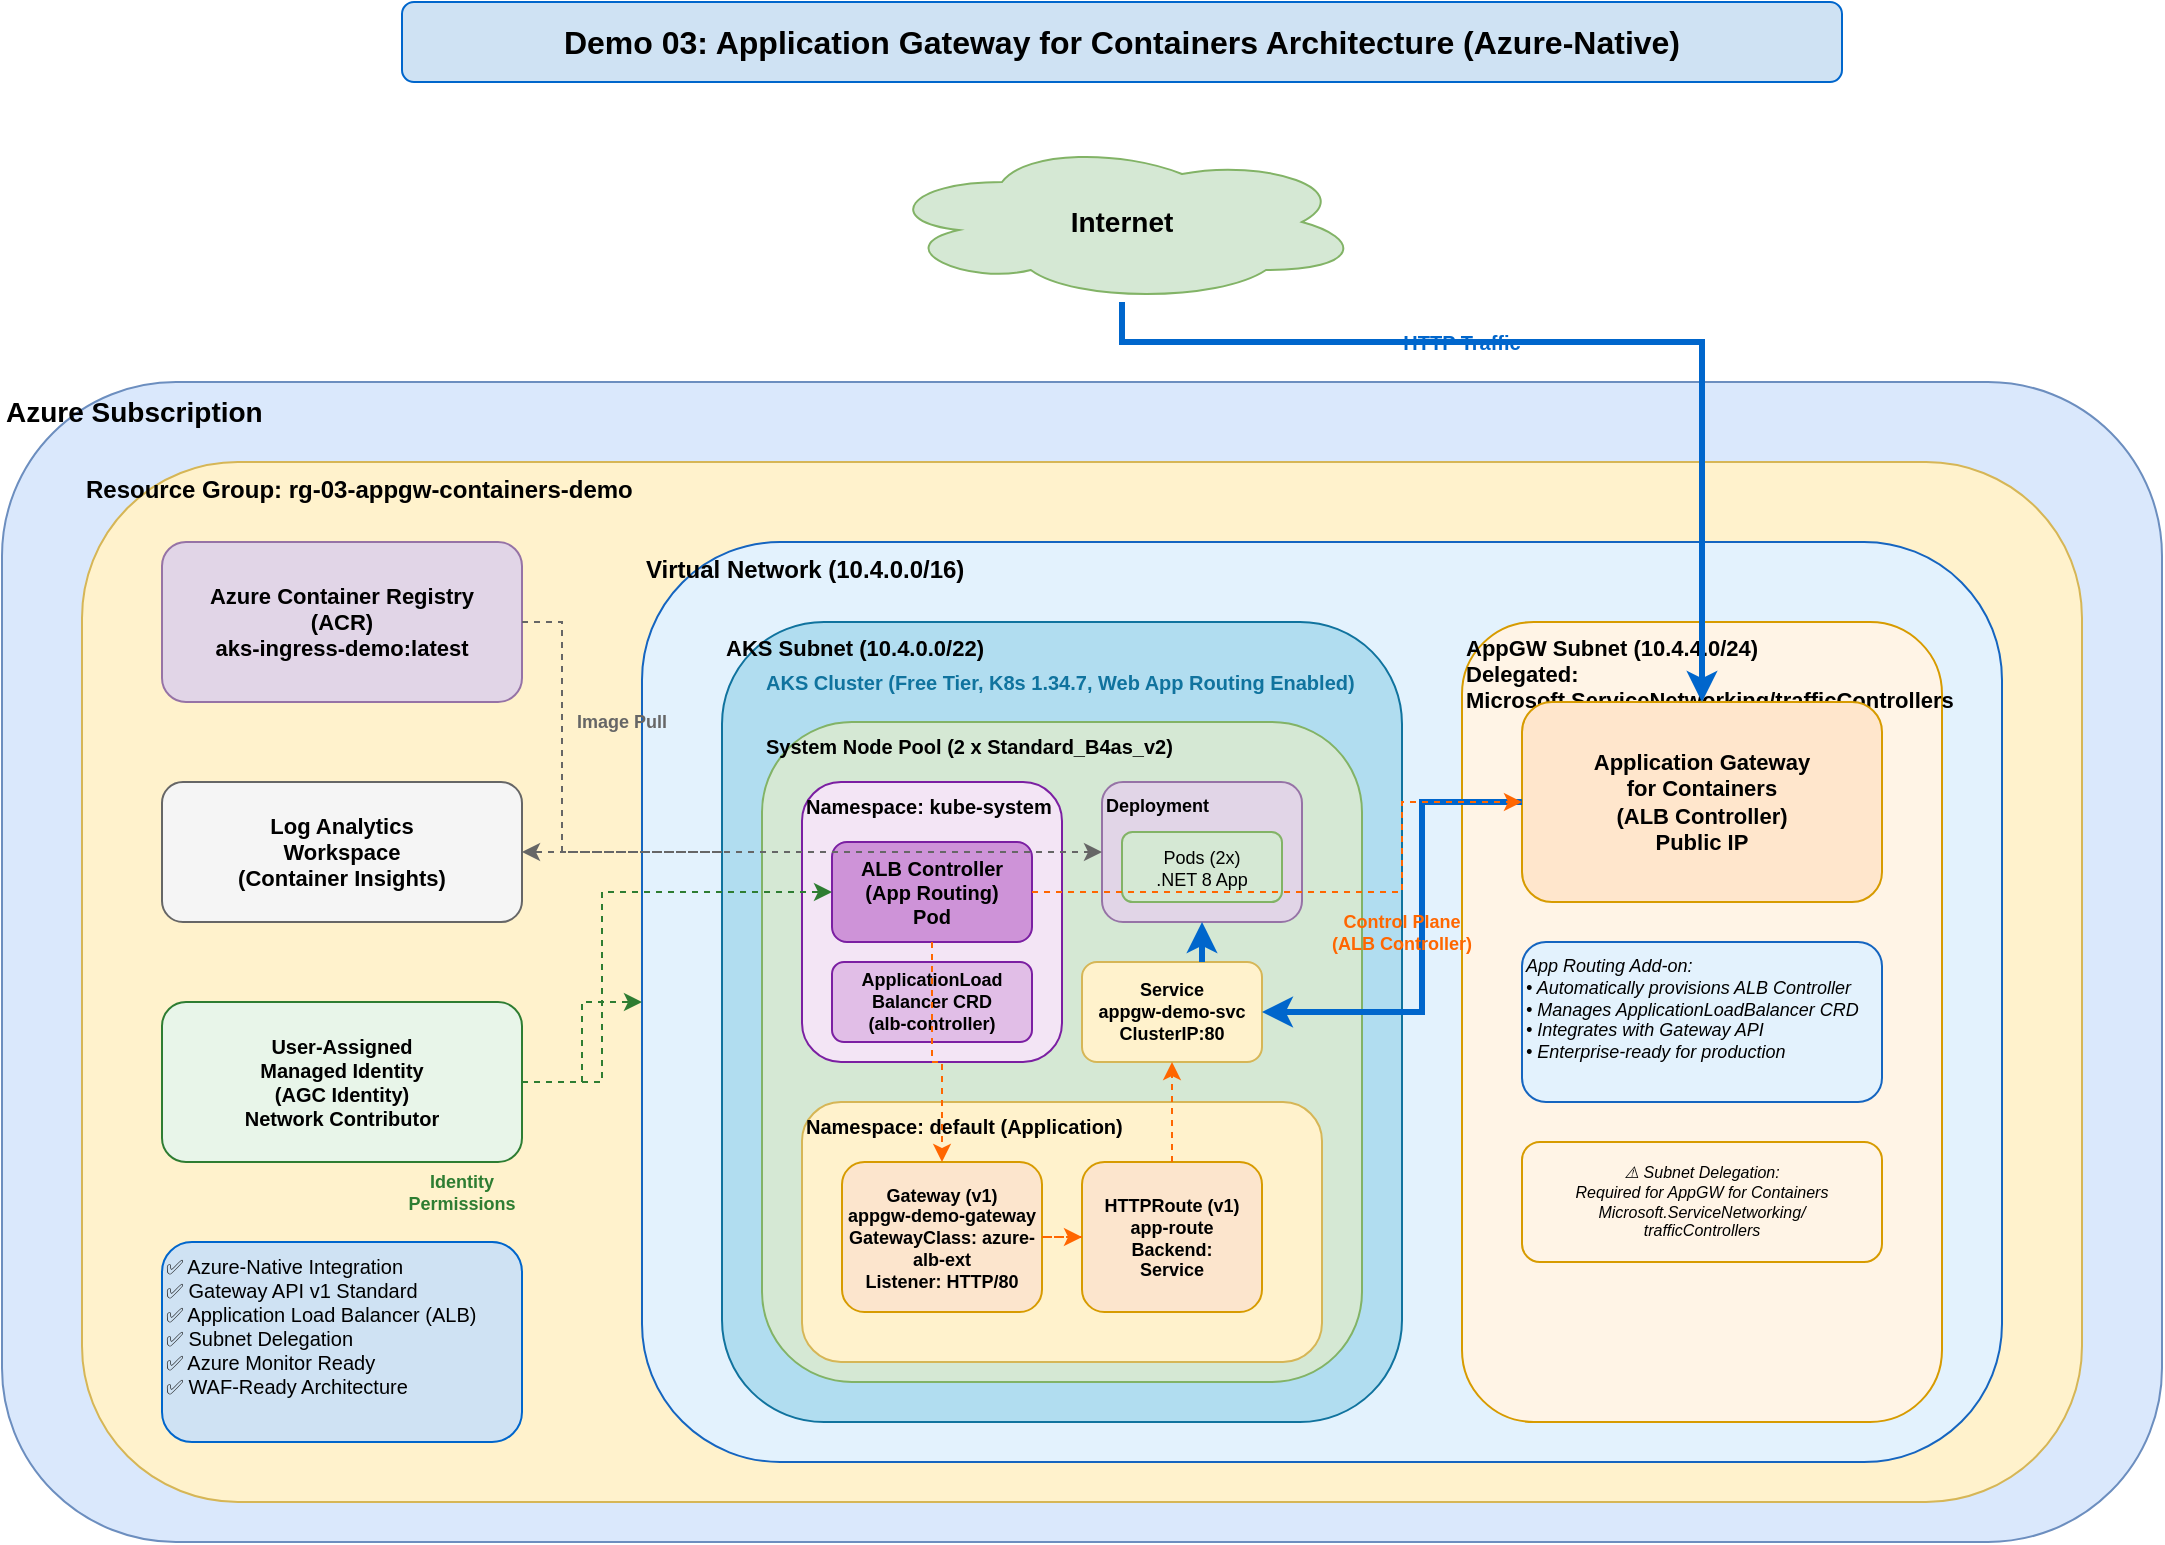
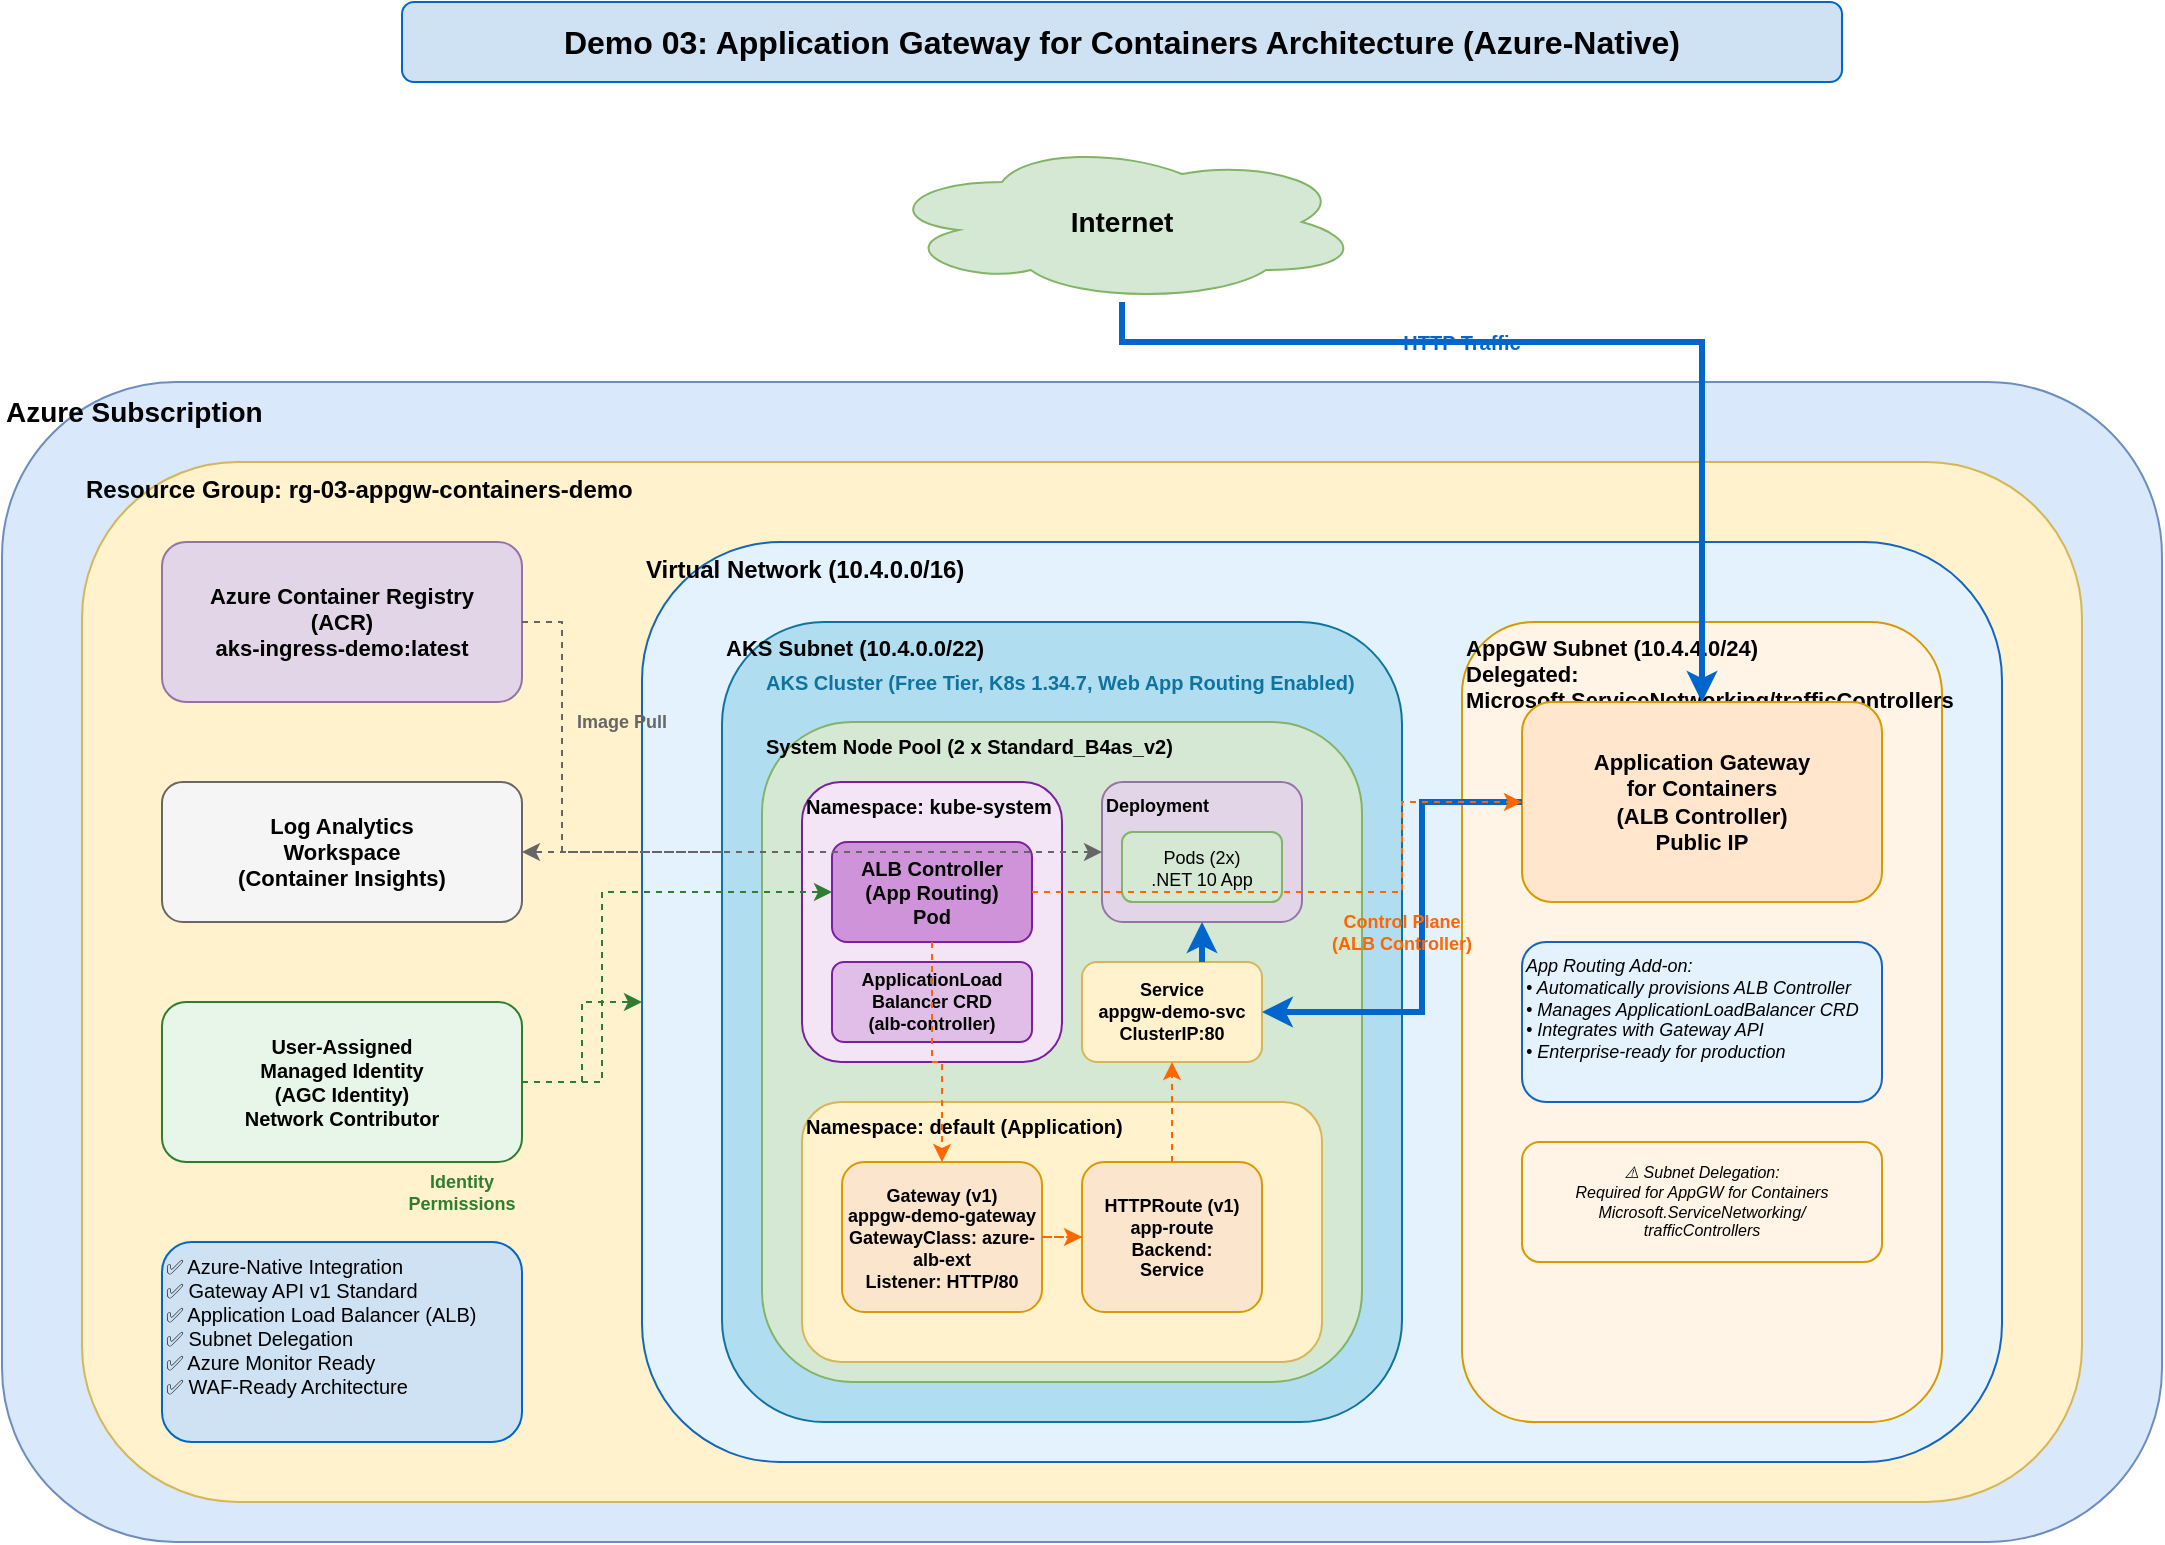
<mxfile host="app.diagrams.net" modified="2026-05-21T12:17:00.000Z" agent="draw.io" version="24.0.0">
  <diagram name="Application Gateway for Containers Architecture" id="appgw-containers-arch">
    <mxGraphModel dx="1422" dy="794" grid="1" gridSize="10" guides="1" tooltips="1" connect="1" arrows="1" fold="1" page="1" pageScale="1" pageWidth="1169" pageHeight="827" math="0" shadow="0">
      <root>
        <mxCell id="0" />
        <mxCell id="1" parent="0" />

        <!-- Title -->
        <mxCell id="title" value="Demo 03: Application Gateway for Containers Architecture (Azure-Native)" style="text;html=1;strokeColor=#0066cc;fillColor=#cfe2f3;align=center;verticalAlign=middle;whiteSpace=wrap;rounded=1;fontStyle=1;fontSize=16;" vertex="1" parent="1">
          <mxGeometry x="240" y="30" width="720" height="40" as="geometry" />
        </mxCell>

        <!-- Internet Cloud -->
        <mxCell id="internet" value="Internet" style="ellipse;shape=cloud;whiteSpace=wrap;html=1;fillColor=#d5e8d4;strokeColor=#82b366;fontSize=14;fontStyle=1" vertex="1" parent="1">
          <mxGeometry x="480" y="100" width="240" height="80" as="geometry" />
        </mxCell>

        <!-- Azure Subscription Box -->
        <mxCell id="azure-sub" value="Azure Subscription" style="rounded=1;whiteSpace=wrap;html=1;fillColor=#dae8fc;strokeColor=#6c8ebf;verticalAlign=top;fontStyle=1;fontSize=14;align=left;" vertex="1" parent="1">
          <mxGeometry x="40" y="220" width="1080" height="580" as="geometry" />
        </mxCell>

        <!-- Resource Group -->
        <mxCell id="rg" value="Resource Group: rg-03-appgw-containers-demo" style="rounded=1;whiteSpace=wrap;html=1;fillColor=#fff2cc;strokeColor=#d6b656;verticalAlign=top;fontStyle=1;fontSize=12;align=left;" vertex="1" parent="1">
          <mxGeometry x="80" y="260" width="1000" height="520" as="geometry" />
        </mxCell>

        <!-- Virtual Network -->
        <mxCell id="vnet" value="Virtual Network (10.4.0.0/16)" style="rounded=1;whiteSpace=wrap;html=1;fillColor=#e3f2fd;strokeColor=#1565c0;verticalAlign=top;fontStyle=1;fontSize=12;align=left;" vertex="1" parent="1">
          <mxGeometry x="360" y="300" width="680" height="460" as="geometry" />
        </mxCell>

        <!-- AKS Subnet -->
        <mxCell id="aks-subnet" value="AKS Subnet (10.4.0.0/22)" style="rounded=1;whiteSpace=wrap;html=1;fillColor=#b1ddf0;strokeColor=#10739e;verticalAlign=top;fontStyle=1;fontSize=11;align=left;" vertex="1" parent="1">
          <mxGeometry x="400" y="340" width="340" height="400" as="geometry" />
        </mxCell>

        <!-- AppGW Subnet -->
        <mxCell id="appgw-subnet" value="AppGW Subnet (10.4.4.0/24)&#xa;Delegated: Microsoft.ServiceNetworking/trafficControllers" style="rounded=1;whiteSpace=wrap;html=1;fillColor=#fff4e6;strokeColor=#d79b00;verticalAlign=top;fontStyle=1;fontSize=11;align=left;" vertex="1" parent="1">
          <mxGeometry x="770" y="340" width="240" height="400" as="geometry" />
        </mxCell>

        <!-- Azure Container Registry -->
        <mxCell id="acr" value="Azure Container Registry&#xa;(ACR)&#xa;aks-ingress-demo:latest" style="rounded=1;whiteSpace=wrap;html=1;fillColor=#e1d5e7;strokeColor=#9673a6;fontSize=11;fontStyle=1" vertex="1" parent="1">
          <mxGeometry x="120" y="300" width="180" height="80" as="geometry" />
        </mxCell>

        <!-- Application Gateway for Containers -->
        <mxCell id="appgw" value="Application Gateway&#xa;for Containers&#xa;(ALB Controller)&#xa;Public IP" style="rounded=1;whiteSpace=wrap;html=1;fillColor=#ffe6cc;strokeColor=#d79b00;fontSize=11;fontStyle=1" vertex="1" parent="1">
          <mxGeometry x="800" y="380" width="180" height="100" as="geometry" />
        </mxCell>

        <!-- AKS Cluster -->
        <mxCell id="aks-label" value="AKS Cluster (Free Tier, K8s 1.34.7, Web App Routing Enabled)" style="text;html=1;strokeColor=none;fillColor=none;align=left;verticalAlign=middle;whiteSpace=wrap;fontSize=10;fontStyle=1;fontColor=#10739e" vertex="1" parent="1">
          <mxGeometry x="420" y="360" width="300" height="20" as="geometry" />
        </mxCell>

        <!-- System Node Pool -->
        <mxCell id="nodepool" value="System Node Pool (2 x Standard_B4as_v2)" style="rounded=1;whiteSpace=wrap;html=1;fillColor=#d5e8d4;strokeColor=#82b366;verticalAlign=top;fontStyle=1;fontSize=10;align=left;" vertex="1" parent="1">
          <mxGeometry x="420" y="390" width="300" height="330" as="geometry" />
        </mxCell>

        <!-- Namespace: kube-system -->
        <mxCell id="kube-system" value="Namespace: kube-system" style="rounded=1;whiteSpace=wrap;html=1;fillColor=#f3e5f5;strokeColor=#7b1fa2;verticalAlign=top;fontStyle=1;fontSize=10;align=left;" vertex="1" parent="1">
          <mxGeometry x="440" y="420" width="130" height="140" as="geometry" />
        </mxCell>

        <!-- ALB Controller -->
        <mxCell id="alb-controller" value="ALB Controller&#xa;(App Routing)&#xa;Pod" style="rounded=1;whiteSpace=wrap;html=1;fillColor=#ce93d8;strokeColor=#7b1fa2;fontSize=10;fontStyle=1" vertex="1" parent="1">
          <mxGeometry x="455" y="450" width="100" height="50" as="geometry" />
        </mxCell>

        <!-- ApplicationLoadBalancer CRD -->
        <mxCell id="alb-crd" value="ApplicationLoad&#xa;Balancer CRD&#xa;(alb-controller)" style="rounded=1;whiteSpace=wrap;html=1;fillColor=#e1bee7;strokeColor=#7b1fa2;fontSize=9;fontStyle=1" vertex="1" parent="1">
          <mxGeometry x="455" y="510" width="100" height="40" as="geometry" />
        </mxCell>

        <!-- Namespace: default -->
        <mxCell id="default-ns" value="Namespace: default (Application)" style="rounded=1;whiteSpace=wrap;html=1;fillColor=#fff2cc;strokeColor=#d6b656;verticalAlign=top;fontStyle=1;fontSize=10;align=left;" vertex="1" parent="1">
          <mxGeometry x="440" y="580" width="260" height="130" as="geometry" />
        </mxCell>

        <!-- Gateway Resource -->
        <mxCell id="gateway" value="Gateway (v1)&#xa;appgw-demo-gateway&#xa;GatewayClass: azure-alb-ext&#xa;Listener: HTTP/80" style="rounded=1;whiteSpace=wrap;html=1;fillColor=#fce5cd;strokeColor=#d79b00;fontSize=9;fontStyle=1" vertex="1" parent="1">
          <mxGeometry x="460" y="610" width="100" height="75" as="geometry" />
        </mxCell>

        <!-- HTTPRoute -->
        <mxCell id="httproute" value="HTTPRoute (v1)&#xa;app-route&#xa;Backend:&#xa;Service" style="rounded=1;whiteSpace=wrap;html=1;fillColor=#fce5cd;strokeColor=#d79b00;fontSize=9;fontStyle=1" vertex="1" parent="1">
          <mxGeometry x="580" y="610" width="90" height="75" as="geometry" />
        </mxCell>

        <!-- Service -->
        <mxCell id="service" value="Service&#xa;appgw-demo-svc&#xa;ClusterIP:80" style="rounded=1;whiteSpace=wrap;html=1;fillColor=#fff2cc;strokeColor=#d6b656;fontSize=9;fontStyle=1" vertex="1" parent="1">
          <mxGeometry x="580" y="510" width="90" height="50" as="geometry" />
        </mxCell>

        <!-- Deployment -->
        <mxCell id="deployment" value="Deployment" style="rounded=1;whiteSpace=wrap;html=1;fillColor=#e1d5e7;strokeColor=#9673a6;verticalAlign=top;fontStyle=1;fontSize=9;align=left;" vertex="1" parent="1">
          <mxGeometry x="590" y="420" width="100" height="70" as="geometry" />
        </mxCell>

-         <mxCell id="pods" value="Pods (2x)&#xa;.NET 8 App" style="rounded=1;whiteSpace=wrap;html=1;fillColor=#d5e8d4;strokeColor=#82b366;fontSize=9" vertex="1" parent="1">
+         <mxCell id="pods" value="Pods (2x)&#xa;.NET 10 App" style="rounded=1;whiteSpace=wrap;html=1;fillColor=#d5e8d4;strokeColor=#82b366;fontSize=9" vertex="1" parent="1">
          <mxGeometry x="600" y="445" width="80" height="35" as="geometry" />
        </mxCell>

        <!-- Log Analytics -->
        <mxCell id="logs" value="Log Analytics&#xa;Workspace&#xa;(Container Insights)" style="rounded=1;whiteSpace=wrap;html=1;fillColor=#f5f5f5;strokeColor=#666666;fontSize=11;fontStyle=1" vertex="1" parent="1">
          <mxGeometry x="120" y="420" width="180" height="70" as="geometry" />
        </mxCell>

        <!-- User Managed Identity -->
        <mxCell id="identity" value="User-Assigned&#xa;Managed Identity&#xa;(AGC Identity)&#xa;Network Contributor" style="rounded=1;whiteSpace=wrap;html=1;fillColor=#e8f5e9;strokeColor=#2e7d32;fontSize=10;fontStyle=1" vertex="1" parent="1">
          <mxGeometry x="120" y="530" width="180" height="80" as="geometry" />
        </mxCell>

        <!-- Traffic Arrows -->
        <mxCell id="arrow1" style="edgeStyle=orthogonalEdgeStyle;rounded=0;orthogonalLoop=1;jettySize=auto;html=1;strokeWidth=3;strokeColor=#0066CC;" edge="1" parent="1" source="internet" target="appgw">
          <mxGeometry relative="1" as="geometry">
            <Array as="points">
              <mxPoint x="600" y="200" />
              <mxPoint x="890" y="200" />
            </Array>
          </mxGeometry>
        </mxCell>

        <mxCell id="arrow2" style="edgeStyle=orthogonalEdgeStyle;rounded=0;orthogonalLoop=1;jettySize=auto;html=1;strokeWidth=3;strokeColor=#0066CC;" edge="1" parent="1" source="appgw" target="service">
          <mxGeometry relative="1" as="geometry">
            <Array as="points">
              <mxPoint x="750" y="430" />
              <mxPoint x="750" y="535" />
            </Array>
          </mxGeometry>
        </mxCell>

        <mxCell id="arrow3" style="edgeStyle=orthogonalEdgeStyle;rounded=0;orthogonalLoop=1;jettySize=auto;html=1;strokeWidth=3;strokeColor=#0066CC;" edge="1" parent="1" source="service" target="deployment">
          <mxGeometry relative="1" as="geometry">
            <Array as="points">
              <mxPoint x="640" y="505" />
              <mxPoint x="640" y="505" />
            </Array>
          </mxGeometry>
        </mxCell>

        <!-- Control Plane Arrows -->
        <mxCell id="arrow4" style="edgeStyle=orthogonalEdgeStyle;rounded=0;orthogonalLoop=1;jettySize=auto;html=1;strokeWidth=1;strokeColor=#FF6600;dashed=1;" edge="1" parent="1" source="alb-controller" target="appgw">
          <mxGeometry relative="1" as="geometry">
            <Array as="points">
              <mxPoint x="740" y="475" />
              <mxPoint x="740" y="430" />
            </Array>
          </mxGeometry>
        </mxCell>

        <mxCell id="arrow5" style="edgeStyle=orthogonalEdgeStyle;rounded=0;orthogonalLoop=1;jettySize=auto;html=1;strokeWidth=1;strokeColor=#FF6600;dashed=1;" edge="1" parent="1" source="alb-controller" target="gateway">
          <mxGeometry relative="1" as="geometry">
            <Array as="points">
              <mxPoint x="505" y="560" />
              <mxPoint x="510" y="560" />
            </Array>
          </mxGeometry>
        </mxCell>

        <mxCell id="arrow6" style="edgeStyle=orthogonalEdgeStyle;rounded=0;orthogonalLoop=1;jettySize=auto;html=1;strokeWidth=1;strokeColor=#FF6600;dashed=1;" edge="1" parent="1" source="gateway" target="httproute">
          <mxGeometry relative="1" as="geometry" />
        </mxCell>

        <mxCell id="arrow7" style="edgeStyle=orthogonalEdgeStyle;rounded=0;orthogonalLoop=1;jettySize=auto;html=1;strokeWidth=1;strokeColor=#FF6600;dashed=1;" edge="1" parent="1" source="httproute" target="service">
          <mxGeometry relative="1" as="geometry">
            <Array as="points">
              <mxPoint x="625" y="590" />
              <mxPoint x="625" y="590" />
            </Array>
          </mxGeometry>
        </mxCell>

        <!-- ACR Pull Arrow -->
        <mxCell id="arrow8" style="edgeStyle=orthogonalEdgeStyle;rounded=0;orthogonalLoop=1;jettySize=auto;html=1;strokeWidth=1;strokeColor=#666666;dashed=1;" edge="1" parent="1" source="acr" target="deployment">
          <mxGeometry relative="1" as="geometry">
            <Array as="points">
              <mxPoint x="320" y="340" />
              <mxPoint x="320" y="455" />
            </Array>
          </mxGeometry>
        </mxCell>

        <!-- Monitoring Arrow -->
        <mxCell id="arrow9" style="edgeStyle=orthogonalEdgeStyle;rounded=0;orthogonalLoop=1;jettySize=auto;html=1;strokeWidth=1;strokeColor=#666666;dashed=1;" edge="1" parent="1" source="aks-subnet" target="logs">
          <mxGeometry relative="1" as="geometry">
            <Array as="points">
              <mxPoint x="340" y="455" />
              <mxPoint x="340" y="455" />
            </Array>
          </mxGeometry>
        </mxCell>

        <!-- Identity Arrow -->
        <mxCell id="arrow10" style="edgeStyle=orthogonalEdgeStyle;rounded=0;orthogonalLoop=1;jettySize=auto;html=1;strokeWidth=1;strokeColor=#2e7d32;dashed=1;" edge="1" parent="1" source="identity" target="vnet">
          <mxGeometry relative="1" as="geometry">
            <Array as="points">
              <mxPoint x="330" y="570" />
              <mxPoint x="330" y="530" />
            </Array>
          </mxGeometry>
        </mxCell>

        <mxCell id="arrow11" style="edgeStyle=orthogonalEdgeStyle;rounded=0;orthogonalLoop=1;jettySize=auto;html=1;strokeWidth=1;strokeColor=#2e7d32;dashed=1;" edge="1" parent="1" source="identity" target="alb-controller">
          <mxGeometry relative="1" as="geometry">
            <Array as="points">
              <mxPoint x="340" y="570" />
              <mxPoint x="340" y="475" />
            </Array>
          </mxGeometry>
        </mxCell>

        <!-- Labels -->
        <mxCell id="label1" value="HTTP Traffic" style="text;html=1;align=center;verticalAlign=middle;whiteSpace=wrap;fontSize=10;fontColor=#0066CC;fontStyle=1" vertex="1" parent="1">
          <mxGeometry x="730" y="190" width="80" height="20" as="geometry" />
        </mxCell>

        <mxCell id="label2" value="Control Plane&#xa;(ALB Controller)" style="text;html=1;align=center;verticalAlign=middle;whiteSpace=wrap;fontSize=9;fontColor=#FF6600;fontStyle=1" vertex="1" parent="1">
          <mxGeometry x="700" y="480" width="80" height="30" as="geometry" />
        </mxCell>

        <mxCell id="label3" value="Image Pull" style="text;html=1;align=center;verticalAlign=middle;whiteSpace=wrap;fontSize=9;fontColor=#666666;fontStyle=1" vertex="1" parent="1">
          <mxGeometry x="320" y="380" width="60" height="20" as="geometry" />
        </mxCell>

        <mxCell id="label4" value="Identity Permissions" style="text;html=1;align=center;verticalAlign=middle;whiteSpace=wrap;fontSize=9;fontColor=#2e7d32;fontStyle=1" vertex="1" parent="1">
          <mxGeometry x="240" y="610" width="60" height="30" as="geometry" />
        </mxCell>

        <!-- Key Features Box -->
        <mxCell id="features" value="✅ Azure-Native Integration&#xa;✅ Gateway API v1 Standard&#xa;✅ Application Load Balancer (ALB)&#xa;✅ Subnet Delegation&#xa;✅ Azure Monitor Ready&#xa;✅ WAF-Ready Architecture" style="text;html=1;strokeColor=#0066cc;fillColor=#cfe2f3;align=left;verticalAlign=top;whiteSpace=wrap;rounded=1;fontSize=10;fontStyle=0" vertex="1" parent="1">
          <mxGeometry x="120" y="650" width="180" height="100" as="geometry" />
        </mxCell>

        <!-- Architecture Note -->
        <mxCell id="note" value="App Routing Add-on:&#xa;• Automatically provisions ALB Controller&#xa;• Manages ApplicationLoadBalancer CRD&#xa;• Integrates with Gateway API&#xa;• Enterprise-ready for production" style="text;html=1;strokeColor=#1565c0;fillColor=#e3f2fd;align=left;verticalAlign=top;whiteSpace=wrap;rounded=1;fontSize=9;fontStyle=2" vertex="1" parent="1">
          <mxGeometry x="800" y="500" width="180" height="80" as="geometry" />
        </mxCell>

        <!-- Delegated Subnet Notice -->
        <mxCell id="delegation" value="⚠️ Subnet Delegation:&#xa;Required for AppGW for Containers&#xa;Microsoft.ServiceNetworking/&#xa;trafficControllers" style="text;html=1;strokeColor=#d79b00;fillColor=#fff4e6;align=center;verticalAlign=middle;whiteSpace=wrap;rounded=1;fontSize=8;fontStyle=2" vertex="1" parent="1">
          <mxGeometry x="800" y="600" width="180" height="60" as="geometry" />
        </mxCell>

      </root>
    </mxGraphModel>
  </diagram>
</mxfile>
